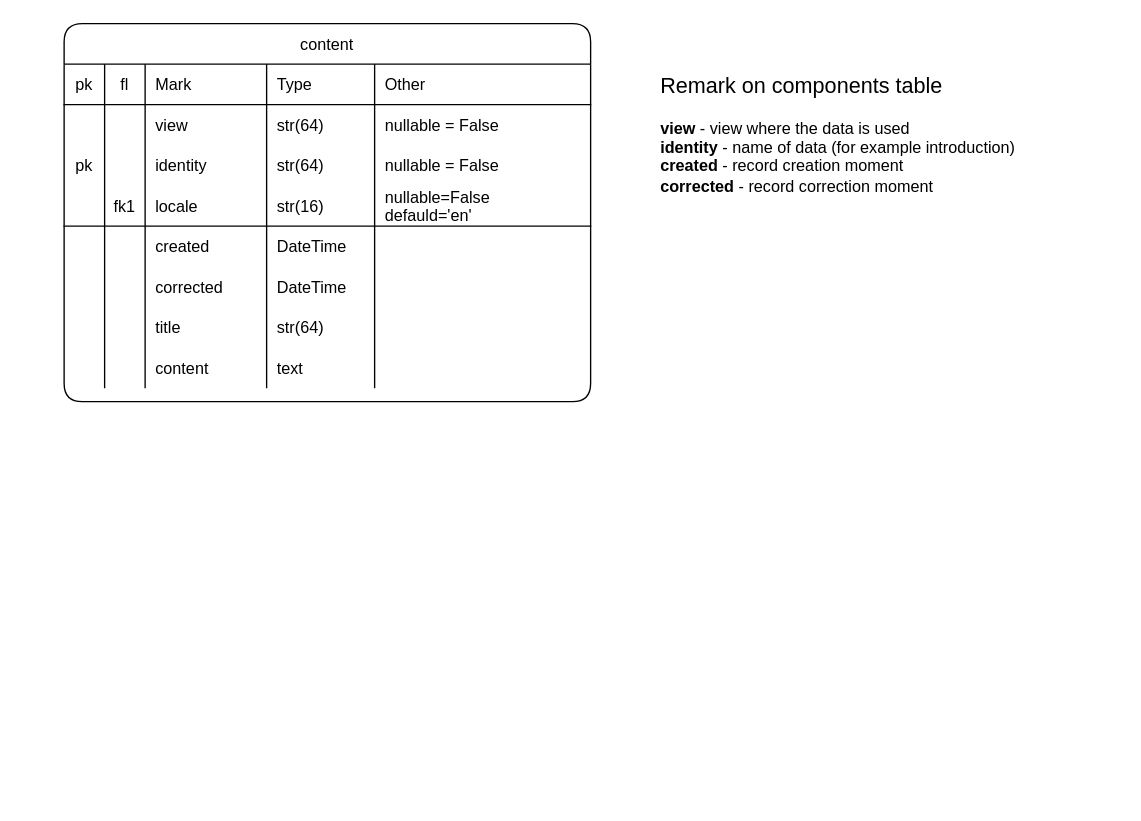
This is page "contents table" (4 of 10) of market-coffee.drawio from Sergey190309/220415-market-caffee, a draw.io file, before an edit. Source tidied: cells renumbered, new cells numbered last; positions are measured from the earlier drawing's top-left corner, leaving out a move shared by most shapes. Both pictures are drawn from the tidied source at 135%, with x=0, y=0 at pixel (63, 23).
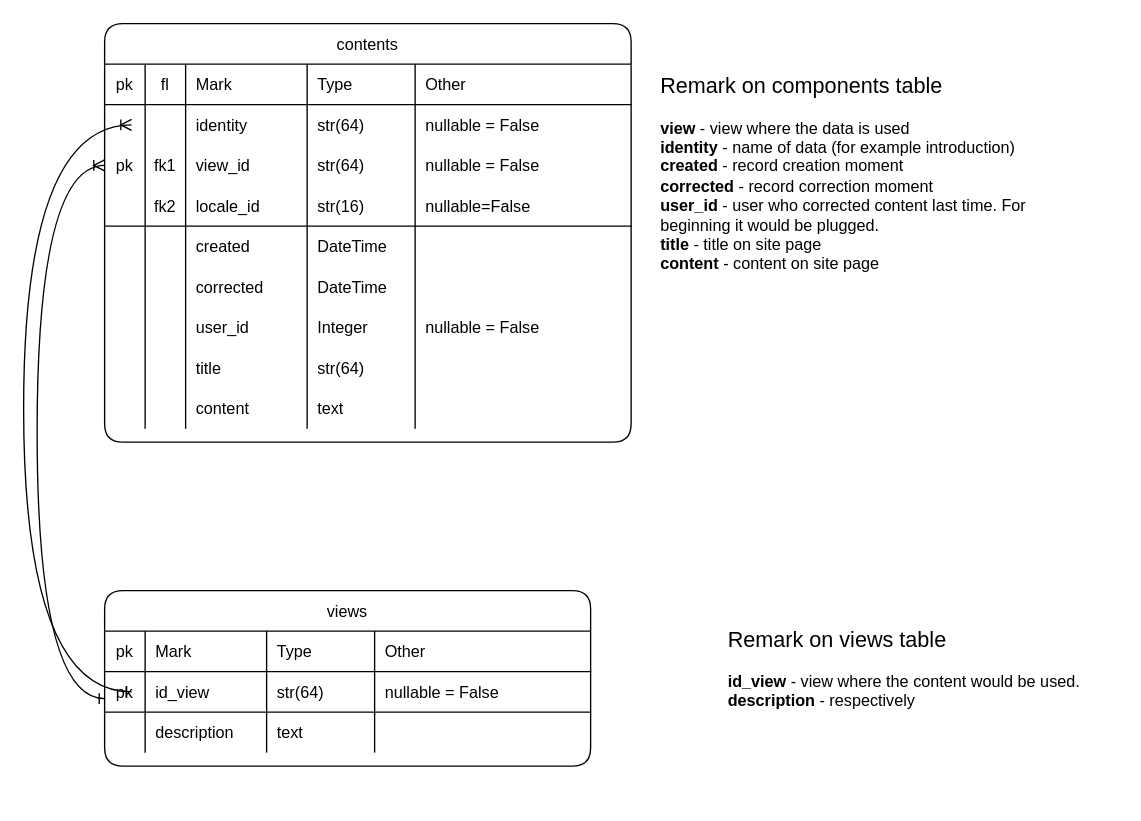
The same page after the edit.

The change refers to these unchanged cells:
```xml
<mxCell id="21" style="shape=partialRectangle;fillColor=none;top=0;left=0;bottom=1;right=0;fontStyle=5;rounded=1;" parent="2" vertex="1">
  <mxGeometry y="120" width="390" height="30" as="geometry" />
</mxCell>
```

Diff of the diagram source:
```diff
@@
-    <mxCell id="2" value="content" style="shape=table;startSize=30;childLayout=tableLayout;rowLines=0;fontStyle=0;align=center;shadow=0;labelBackgroundColor=none;strokeWidth=1;fontColor=#000000;rounded=1;" parent="1" vertex="1">
-      <mxGeometry width="390" height="280" as="geometry" />
+    <mxCell id="2" value="contents" style="shape=table;startSize=30;childLayout=tableLayout;rowLines=0;fontStyle=0;align=center;shadow=0;labelBackgroundColor=none;strokeWidth=1;fontColor=#000000;rounded=1;" parent="1" vertex="1">
+      <mxGeometry x="30" width="390" height="310" as="geometry" />
     </mxCell>
@@
-    <mxCell id="9" style="shape=partialRectangle;fillColor=none;top=0;left=0;bottom=0;right=0;fontStyle=5;rounded=1;" parent="2" vertex="1">
-      <mxGeometry y="60" width="390" height="30" as="geometry" />
-    </mxCell>
-    <mxCell id="10" style="shape=partialRectangle;fillColor=none;top=0;left=0;bottom=0;right=0;fontStyle=0;overflow=hidden;rounded=1;" parent="9" vertex="1">
-      <mxGeometry width="30" height="30" as="geometry" />
-    </mxCell>
-    <mxCell id="11" style="shape=partialRectangle;fillColor=none;top=0;left=0;bottom=0;right=0;fontStyle=0;overflow=hidden;rounded=1;" parent="9" vertex="1">
-      <mxGeometry x="30" width="30" height="30" as="geometry" />
-    </mxCell>
-    <mxCell id="12" value="view" style="shape=partialRectangle;fillColor=none;top=0;left=0;bottom=0;right=0;align=left;spacingLeft=6;fontStyle=0;overflow=hidden;rounded=1;" parent="9" vertex="1">
-      <mxGeometry x="60" width="90" height="30" as="geometry" />
-    </mxCell>
-    <mxCell id="13" value="str(64)" style="shape=partialRectangle;fillColor=none;top=0;left=0;bottom=0;right=0;align=left;spacingLeft=6;fontStyle=0;overflow=hidden;rounded=1;" parent="9" vertex="1">
-      <mxGeometry x="150" width="80" height="30" as="geometry" />
-    </mxCell>
-    <mxCell id="14" value="nullable = False" style="shape=partialRectangle;fillColor=none;top=0;left=0;bottom=0;right=0;align=left;spacingLeft=6;fontStyle=0;overflow=hidden;rounded=1;" parent="9" vertex="1">
-      <mxGeometry x="230" width="160" height="30" as="geometry" />
-    </mxCell>
     <mxCell id="15" style="shape=partialRectangle;fillColor=none;top=0;left=0;bottom=0;right=0;fontStyle=5;rounded=1;" parent="2" vertex="1">
-      <mxGeometry y="90" width="390" height="30" as="geometry" />
+      <mxGeometry y="60" width="390" height="30" as="geometry" />
     </mxCell>
-    <mxCell id="16" value="pk" style="shape=partialRectangle;fillColor=none;top=0;left=0;bottom=0;right=0;fontStyle=0;overflow=hidden;rounded=1;" parent="15" vertex="1">
+    <mxCell id="16" style="shape=partialRectangle;fillColor=none;top=0;left=0;bottom=0;right=0;fontStyle=0;overflow=hidden;rounded=1;" parent="15" vertex="1">
       <mxGeometry width="30" height="30" as="geometry" />
     </mxCell>
@@
+    <mxCell id="53" style="shape=partialRectangle;fillColor=none;top=0;left=0;bottom=0;right=0;points=[[0,0.5],[1,0.5]];portConstraint=eastwest;fontStyle=5;rounded=1;" parent="2" vertex="1">
+      <mxGeometry y="90" width="390" height="30" as="geometry" />
+    </mxCell>
+    <mxCell id="54" value="pk" style="shape=partialRectangle;fillColor=none;top=0;left=0;bottom=0;right=0;fontStyle=0;overflow=hidden;rounded=1;" parent="53" vertex="1">
+      <mxGeometry width="30" height="30" as="geometry" />
+    </mxCell>
+    <mxCell id="55" value="fk1" style="shape=partialRectangle;fillColor=none;top=0;left=0;bottom=0;right=0;fontStyle=0;overflow=hidden;rounded=1;" parent="53" vertex="1">
+      <mxGeometry x="30" width="30" height="30" as="geometry" />
+    </mxCell>
+    <mxCell id="56" value="view_id" style="shape=partialRectangle;fillColor=none;top=0;left=0;bottom=0;right=0;align=left;spacingLeft=6;fontStyle=0;overflow=hidden;rounded=1;" parent="53" vertex="1">
+      <mxGeometry x="60" width="90" height="30" as="geometry" />
+    </mxCell>
+    <mxCell id="13" value="str(64)" style="shape=partialRectangle;fillColor=none;top=0;left=0;bottom=0;right=0;align=left;spacingLeft=6;fontStyle=0;overflow=hidden;rounded=1;" parent="53" vertex="1">
+      <mxGeometry x="150" width="80" height="30" as="geometry" />
+    </mxCell>
+    <mxCell id="14" value="nullable = False" style="shape=partialRectangle;fillColor=none;top=0;left=0;bottom=0;right=0;align=left;spacingLeft=6;fontStyle=0;overflow=hidden;rounded=1;" parent="53" vertex="1">
+      <mxGeometry x="230" width="160" height="30" as="geometry" />
+    </mxCell>
@@
-    <mxCell id="23" value="fk1" style="shape=partialRectangle;fillColor=none;top=0;left=0;bottom=0;right=0;fontStyle=0;overflow=hidden;rounded=1;" parent="21" vertex="1">
+    <mxCell id="23" value="fk2" style="shape=partialRectangle;fillColor=none;top=0;left=0;bottom=0;right=0;fontStyle=0;overflow=hidden;rounded=1;" parent="21" vertex="1">
       <mxGeometry x="30" width="30" height="30" as="geometry" />
     </mxCell>
-    <mxCell id="24" value="locale" style="shape=partialRectangle;fillColor=none;top=0;left=0;bottom=0;right=0;align=left;spacingLeft=6;fontStyle=0;overflow=hidden;rounded=1;" parent="21" vertex="1">
+    <mxCell id="24" value="locale_id" style="shape=partialRectangle;fillColor=none;top=0;left=0;bottom=0;right=0;align=left;spacingLeft=6;fontStyle=0;overflow=hidden;rounded=1;" parent="21" vertex="1">
       <mxGeometry x="60" width="90" height="30" as="geometry" />
     </mxCell>
@@
-    <mxCell id="26" value="nullable=False&#10;defauld='en'" style="shape=partialRectangle;fillColor=none;top=0;left=0;bottom=0;right=0;align=left;spacingLeft=6;fontStyle=0;overflow=hidden;rounded=1;" parent="21" vertex="1">
+    <mxCell id="26" value="nullable=False" style="shape=partialRectangle;fillColor=none;top=0;left=0;bottom=0;right=0;align=left;spacingLeft=6;fontStyle=0;overflow=hidden;rounded=1;" parent="21" vertex="1">
       <mxGeometry x="230" width="160" height="30" as="geometry" />
     </mxCell>
@@
+    <mxCell id="57" style="shape=partialRectangle;fillColor=none;top=0;left=0;bottom=0;right=0;rounded=1;" parent="2" vertex="1">
+      <mxGeometry y="210" width="390" height="30" as="geometry" />
+    </mxCell>
+    <mxCell id="58" style="shape=partialRectangle;fillColor=none;top=0;left=0;bottom=0;right=0;overflow=hidden;rounded=1;" parent="57" vertex="1">
+      <mxGeometry width="30" height="30" as="geometry" />
+    </mxCell>
+    <mxCell id="59" style="shape=partialRectangle;fillColor=none;top=0;left=0;bottom=0;right=0;overflow=hidden;rounded=1;" parent="57" vertex="1">
+      <mxGeometry x="30" width="30" height="30" as="geometry" />
+    </mxCell>
+    <mxCell id="60" value="user_id" style="shape=partialRectangle;fillColor=none;top=0;left=0;bottom=0;right=0;align=left;spacingLeft=6;overflow=hidden;rounded=1;" parent="57" vertex="1">
+      <mxGeometry x="60" width="90" height="30" as="geometry" />
+    </mxCell>
+    <mxCell id="61" value="Integer" style="shape=partialRectangle;fillColor=none;top=0;left=0;bottom=0;right=0;align=left;spacingLeft=6;overflow=hidden;rounded=1;" parent="57" vertex="1">
+      <mxGeometry x="150" width="80" height="30" as="geometry" />
+    </mxCell>
+    <mxCell id="62" value="nullable = False" style="shape=partialRectangle;fillColor=none;top=0;left=0;bottom=0;right=0;align=left;spacingLeft=6;overflow=hidden;rounded=1;" parent="57" vertex="1">
+      <mxGeometry x="230" width="160" height="30" as="geometry" />
+    </mxCell>
     <mxCell id="39" style="shape=partialRectangle;fillColor=none;top=0;left=0;bottom=0;right=0;rounded=1;" parent="2" vertex="1">
-      <mxGeometry y="210" width="390" height="30" as="geometry" />
+      <mxGeometry y="240" width="390" height="30" as="geometry" />
     </mxCell>
@@
     <mxCell id="45" style="shape=partialRectangle;fillColor=none;top=0;left=0;bottom=0;right=0;rounded=1;" parent="2" vertex="1">
-      <mxGeometry y="240" width="390" height="30" as="geometry" />
+      <mxGeometry y="270" width="390" height="30" as="geometry" />
     </mxCell>
@@
+    <mxCell id="63" value="views" style="shape=table;startSize=30;childLayout=tableLayout;rowLines=0;fontStyle=0;align=center;shadow=0;labelBackgroundColor=none;strokeWidth=1;fontColor=#000000;rounded=1;" parent="1" vertex="1">
+      <mxGeometry x="30" y="420" width="360" height="130" as="geometry" />
+    </mxCell>
+    <mxCell id="64" style="shape=partialRectangle;fillColor=none;top=0;left=0;bottom=1;right=0;fontStyle=5;rounded=1;" parent="63" vertex="1">
+      <mxGeometry y="30" width="360" height="30" as="geometry" />
+    </mxCell>
+    <mxCell id="65" value="pk" style="shape=partialRectangle;fillColor=none;top=0;left=0;bottom=0;right=0;fontStyle=0;overflow=hidden;rounded=1;" parent="64" vertex="1">
+      <mxGeometry width="30" height="30" as="geometry" />
+    </mxCell>
+    <mxCell id="66" value="Mark" style="shape=partialRectangle;fillColor=none;top=0;left=0;bottom=0;right=0;align=left;spacingLeft=6;fontStyle=0;overflow=hidden;rounded=1;" parent="64" vertex="1">
+      <mxGeometry x="30" width="90" height="30" as="geometry" />
+    </mxCell>
+    <mxCell id="67" value="Type" style="shape=partialRectangle;fillColor=none;top=0;left=0;bottom=0;right=0;align=left;spacingLeft=6;fontStyle=0;overflow=hidden;rounded=1;" parent="64" vertex="1">
+      <mxGeometry x="120" width="80" height="30" as="geometry" />
+    </mxCell>
+    <mxCell id="68" value="Other" style="shape=partialRectangle;fillColor=none;top=0;left=0;bottom=0;right=0;align=left;spacingLeft=6;fontStyle=0;overflow=hidden;rounded=1;" parent="64" vertex="1">
+      <mxGeometry x="200" width="160" height="30" as="geometry" />
+    </mxCell>
+    <mxCell id="69" style="shape=partialRectangle;fillColor=none;top=0;left=0;bottom=1;right=0;points=[[0,0.5],[1,0.5]];portConstraint=eastwest;fontStyle=5;rounded=1;" parent="63" vertex="1">
+      <mxGeometry y="60" width="360" height="30" as="geometry" />
+    </mxCell>
+    <mxCell id="70" value="pk" style="shape=partialRectangle;fillColor=none;top=0;left=0;bottom=0;right=0;fontStyle=0;overflow=hidden;rounded=1;" parent="69" vertex="1">
+      <mxGeometry width="30" height="30" as="geometry" />
+    </mxCell>
+    <mxCell id="71" value="id_view" style="shape=partialRectangle;fillColor=none;top=0;left=0;bottom=0;right=0;align=left;spacingLeft=6;fontStyle=0;overflow=hidden;rounded=1;" parent="69" vertex="1">
+      <mxGeometry x="30" width="90" height="30" as="geometry" />
+    </mxCell>
+    <mxCell id="72" value="str(64)" style="shape=partialRectangle;fillColor=none;top=0;left=0;bottom=0;right=0;align=left;spacingLeft=6;fontStyle=0;overflow=hidden;rounded=1;" parent="69" vertex="1">
+      <mxGeometry x="120" width="80" height="30" as="geometry" />
+    </mxCell>
+    <mxCell id="73" value="nullable = False" style="shape=partialRectangle;fillColor=none;top=0;left=0;bottom=0;right=0;align=left;spacingLeft=6;fontStyle=0;overflow=hidden;rounded=1;" parent="69" vertex="1">
+      <mxGeometry x="200" width="160" height="30" as="geometry" />
+    </mxCell>
+    <mxCell id="74" style="shape=partialRectangle;fillColor=none;top=0;left=0;bottom=0;right=0;rounded=1;" parent="63" vertex="1">
+      <mxGeometry y="90" width="360" height="30" as="geometry" />
+    </mxCell>
+    <mxCell id="75" style="shape=partialRectangle;fillColor=none;top=0;left=0;bottom=0;right=0;overflow=hidden;rounded=1;" parent="74" vertex="1">
+      <mxGeometry width="30" height="30" as="geometry" />
+    </mxCell>
+    <mxCell id="76" value="description" style="shape=partialRectangle;fillColor=none;top=0;left=0;bottom=0;right=0;align=left;spacingLeft=6;overflow=hidden;rounded=1;" parent="74" vertex="1">
+      <mxGeometry x="30" width="90" height="30" as="geometry" />
+    </mxCell>
+    <mxCell id="77" value="text" style="shape=partialRectangle;fillColor=none;top=0;left=0;bottom=0;right=0;align=left;spacingLeft=6;overflow=hidden;rounded=1;" parent="74" vertex="1">
+      <mxGeometry x="120" width="80" height="30" as="geometry" />
+    </mxCell>
+    <mxCell id="78" style="shape=partialRectangle;fillColor=none;top=0;left=0;bottom=0;right=0;align=left;spacingLeft=6;overflow=hidden;rounded=1;" parent="74" vertex="1">
+      <mxGeometry x="200" width="160" height="30" as="geometry" />
+    </mxCell>
@@
-    <mxCell id="52" value="&lt;font style=&quot;font-size: 16px&quot;&gt;Remark on&amp;nbsp;&lt;span style=&quot;text-align: center&quot;&gt;components&lt;/span&gt;&amp;nbsp;table&lt;/font&gt;&lt;br&gt;&lt;font style=&quot;font-size: 12px&quot;&gt;&lt;br&gt;&lt;b&gt;view &lt;/b&gt;- view where the data is used&lt;br&gt;&lt;b&gt;identity&lt;/b&gt; - name of data (for example introduction)&lt;br&gt;&lt;b&gt;created&lt;/b&gt;&amp;nbsp;- record creation moment&lt;br&gt;&lt;b&gt;corrected&lt;/b&gt; - record correction moment&lt;br&gt;&lt;/font&gt;" style="text;html=1;strokeColor=none;fillColor=none;align=left;verticalAlign=top;whiteSpace=wrap;overflow=hidden;fontSize=12;spacingTop=0;" parent="51" vertex="1">
-      <mxGeometry x="440" y="30" width="290" height="140" as="geometry" />
+    <mxCell id="52" value="&lt;font style=&quot;font-size: 16px&quot;&gt;Remark on&amp;nbsp;&lt;span style=&quot;text-align: center&quot;&gt;components&lt;/span&gt;&amp;nbsp;table&lt;/font&gt;&lt;br&gt;&lt;font style=&quot;font-size: 12px&quot;&gt;&lt;br&gt;&lt;b&gt;view &lt;/b&gt;- view where the data is used&lt;br&gt;&lt;b&gt;identity&lt;/b&gt; - name of data (for example introduction)&lt;br&gt;&lt;b&gt;created&lt;/b&gt;&amp;nbsp;- record creation moment&lt;br&gt;&lt;b&gt;corrected&lt;/b&gt; - record correction moment&lt;br&gt;&lt;b&gt;user_id&lt;/b&gt; - user who corrected content last time. For beginning it would be plugged.&lt;br&gt;&lt;b&gt;title&lt;/b&gt; - title on site page&lt;br&gt;&lt;b&gt;content&lt;/b&gt; - content on site page&lt;br&gt;&lt;br&gt;&lt;/font&gt;" style="text;html=1;strokeColor=none;fillColor=none;align=left;verticalAlign=top;whiteSpace=wrap;overflow=hidden;fontSize=12;spacingTop=0;" parent="51" vertex="1">
+      <mxGeometry x="440" y="30" width="290" height="170" as="geometry" />
     </mxCell>
+    <mxCell id="79" value="&lt;font style=&quot;font-size: 16px&quot;&gt;Remark on&amp;nbsp;&lt;span style=&quot;text-align: center&quot;&gt;views&lt;/span&gt;&amp;nbsp;table&lt;/font&gt;&lt;br&gt;&lt;font style=&quot;font-size: 12px&quot;&gt;&lt;br&gt;&lt;b&gt;id_view&amp;nbsp;&lt;/b&gt;- view where the content would be used.&lt;br&gt;&lt;b&gt;description&lt;/b&gt; - respectively&lt;br&gt;&lt;/font&gt;" style="text;html=1;strokeColor=none;fillColor=none;align=left;verticalAlign=top;whiteSpace=wrap;overflow=hidden;fontSize=12;spacingTop=0;" parent="51" vertex="1">
+      <mxGeometry x="490" y="440" width="290" height="130" as="geometry" />
+    </mxCell>
+    <mxCell id="80" parent="0" />
+    <mxCell id="81" style="edgeStyle=orthogonalEdgeStyle;rounded=0;orthogonalLoop=1;jettySize=auto;html=1;curved=1;endArrow=ERoneToMany;endFill=0;startArrow=ERone;startFill=0;exitX=0;exitY=0.5;exitDx=0;exitDy=0;entryX=0;entryY=0.5;entryDx=0;entryDy=0;" parent="80" edge="1">
+      <mxGeometry relative="1" as="geometry">
+        <mxPoint x="50" y="495" as="sourcePoint" />
+        <mxPoint x="50" y="75" as="targetPoint" />
+        <Array as="points">
+          <mxPoint x="-30" y="495" />
+          <mxPoint x="-30" y="75" />
+        </Array>
+      </mxGeometry>
+    </mxCell>
+    <mxCell id="82" style="edgeStyle=orthogonalEdgeStyle;rounded=0;jettySize=auto;html=1;curved=1;endArrow=ERoneToMany;endFill=0;startArrow=ERone;startFill=0;exitX=0;exitY=0.667;exitDx=0;exitDy=0;entryX=0;entryY=0.5;entryDx=0;entryDy=0;exitPerimeter=0;" parent="80" edge="1" source="69" target="53">
+      <mxGeometry relative="1" as="geometry">
+        <Array as="points">
+          <mxPoint x="-20" y="500" />
+          <mxPoint x="-20" y="105" />
+        </Array>
+      </mxGeometry>
+    </mxCell>
```
